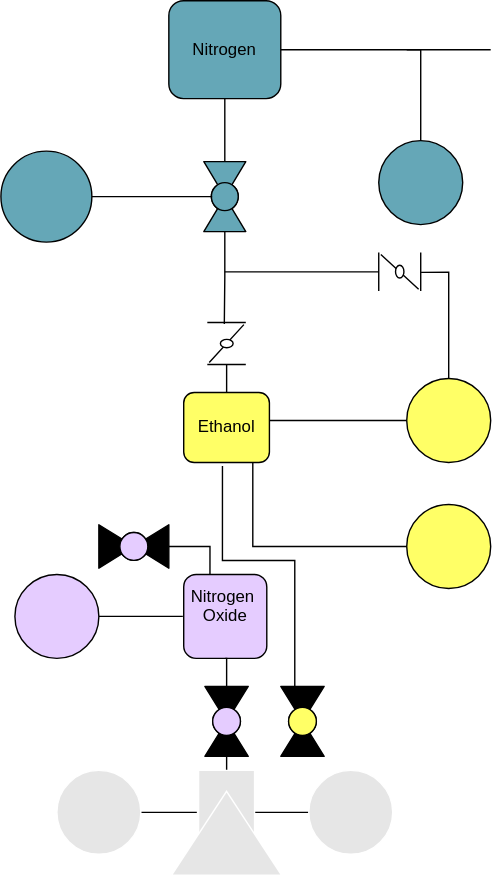
Earlier version of the draw.io export schm_graf.svg (VelizarZ/hypower_images). Source tidied: cells renumbered, new cells last; positions are measured from the earlier drawing's top-left corner, leaving out a move shared by most shapes. Source of this version:
```xml
<mxGraphModel>
  <root>
    <mxCell id="0" />
    <mxCell id="1" parent="0" />
    <mxCell id="2" style="ellipse;whiteSpace=wrap;html=1;fillColor=#65A7B7;" parent="1" vertex="1">
      <mxGeometry y="107.5" width="65" height="65" as="geometry" />
    </mxCell>
    <mxCell id="3" style="ellipse;whiteSpace=wrap;html=1;fillColor=#65A7B7;" parent="1" vertex="1">
      <mxGeometry x="270" y="100" width="60" height="60" as="geometry" />
    </mxCell>
    <mxCell id="4" style="edgeStyle=orthogonalEdgeStyle;rounded=0;jettySize=auto;html=1;endArrow=none;startFill=0;" parent="1" edge="1" source="6" target="7">
      <mxGeometry relative="1" as="geometry" />
    </mxCell>
    <mxCell id="5" style="edgeStyle=orthogonalEdgeStyle;rounded=0;jettySize=auto;html=1;endArrow=none;startFill=0;" parent="1" edge="1" source="6">
      <mxGeometry relative="1" as="geometry">
        <mxPoint x="350" y="35" as="targetPoint" />
      </mxGeometry>
    </mxCell>
    <mxCell id="6" value="Nitrogen" style="rounded=1;whiteSpace=wrap;html=1;fillColor=#65A7B7;" parent="1" vertex="1">
      <mxGeometry x="120" width="80" height="70" as="geometry" />
    </mxCell>
    <mxCell id="7" style="verticalLabelPosition=bottom;align=center;html=1;verticalAlign=top;dashed=0;shape=mxgraph.pid2valves.valve;valveType=ball;direction=south;fillColor=#65A7B7;" parent="1" vertex="1">
      <mxGeometry x="145" y="115" width="30" height="50" as="geometry" />
    </mxCell>
    <mxCell id="8" style="endArrow=none;html=1;rounded=0;exitX=1;exitY=0.5;exitDx=0;exitDy=0;entryX=0.5;entryY=0.8;entryDx=0;entryDy=0;entryPerimeter=0;" parent="1" edge="1" source="2" target="7">
      <mxGeometry relative="1" as="geometry" />
    </mxCell>
    <mxCell id="9" style="edgeStyle=orthogonalEdgeStyle;rounded=0;jettySize=auto;html=1;endArrow=none;startFill=0;exitX=0.5;exitY=0;exitDx=0;exitDy=0;" parent="1" edge="1" source="3">
      <mxGeometry relative="1" as="geometry">
        <mxPoint x="290" y="35" as="targetPoint" />
        <Array as="points">
          <mxPoint x="300" y="35" />
        </Array>
      </mxGeometry>
    </mxCell>
    <mxCell id="10" style="verticalLabelPosition=bottom;align=center;html=1;verticalAlign=top;dashed=0;shape=mxgraph.pid2valves.valve;valveType=butterfly;direction=south;" parent="1" vertex="1">
      <mxGeometry x="147.5" y="230" width="27.5" height="30" as="geometry" />
    </mxCell>
    <mxCell id="11" style="edgeStyle=orthogonalEdgeStyle;rounded=0;jettySize=auto;html=1;entryX=0.036;entryY=0.558;entryDx=0;entryDy=0;entryPerimeter=0;snapToPoint=1;endArrow=none;startFill=0;" parent="1" edge="1" source="7" target="10">
      <mxGeometry relative="1" as="geometry" />
    </mxCell>
    <mxCell id="12" style="edgeStyle=orthogonalEdgeStyle;rounded=0;jettySize=auto;html=1;endArrow=none;startFill=0;" parent="1" edge="1" source="13">
      <mxGeometry relative="1" as="geometry">
        <mxPoint x="160" y="193.7" as="targetPoint" />
      </mxGeometry>
    </mxCell>
    <mxCell id="13" style="verticalLabelPosition=bottom;align=center;html=1;verticalAlign=top;dashed=0;shape=mxgraph.pid2valves.valve;valveType=butterfly;direction=east;" parent="1" vertex="1">
      <mxGeometry x="270" y="180" width="30" height="27.5" as="geometry" />
    </mxCell>
    <mxCell id="14" style="edgeStyle=orthogonalEdgeStyle;rounded=0;jettySize=auto;html=1;snapToPoint=1;entryX=1.008;entryY=0.513;entryDx=0;entryDy=0;entryPerimeter=0;endArrow=none;startFill=0;" parent="1" edge="1" source="16" target="13">
      <mxGeometry relative="1" as="geometry" />
    </mxCell>
    <mxCell id="15" style="edgeStyle=orthogonalEdgeStyle;rounded=0;jettySize=auto;html=1;endArrow=none;startFill=0;" parent="1" edge="1" source="16" target="17">
      <mxGeometry relative="1" as="geometry">
        <Array as="points">
          <mxPoint x="220" y="300" />
          <mxPoint x="220" y="300" />
        </Array>
      </mxGeometry>
    </mxCell>
    <mxCell id="16" style="ellipse;whiteSpace=wrap;html=1;fillColor=#FFFF66;" parent="1" vertex="1">
      <mxGeometry x="290" y="270" width="60" height="60" as="geometry" />
    </mxCell>
    <mxCell id="17" value="Ethanol" style="rounded=1;whiteSpace=wrap;html=1;fillColor=#FFFF66;" parent="1" vertex="1">
      <mxGeometry x="130.6" y="280" width="61.2" height="50" as="geometry" />
    </mxCell>
    <mxCell id="18" style="edgeStyle=orthogonalEdgeStyle;rounded=0;jettySize=auto;html=1;entryX=1.017;entryY=0.485;entryDx=0;entryDy=0;entryPerimeter=0;endArrow=none;startFill=0;" parent="1" edge="1" source="17" target="10">
      <mxGeometry relative="1" as="geometry" />
    </mxCell>
    <mxCell id="19" style="ellipse;whiteSpace=wrap;html=1;fillColor=#FFFF66;" parent="1" vertex="1">
      <mxGeometry x="290" y="360" width="60" height="60" as="geometry" />
    </mxCell>
    <mxCell id="20" style="edgeStyle=orthogonalEdgeStyle;rounded=0;jettySize=auto;html=1;entryX=0.806;entryY=1;entryDx=0;entryDy=0;entryPerimeter=0;endArrow=none;startFill=0;" parent="1" edge="1" source="19" target="17">
      <mxGeometry relative="1" as="geometry" />
    </mxCell>
    <mxCell id="21" value="Nitrogen&amp;nbsp; Oxide&lt;div&gt;&lt;br&gt;&lt;/div&gt;" style="rounded=1;whiteSpace=wrap;html=1;fillColor=#E5CCFF;" parent="1" vertex="1">
      <mxGeometry x="130.6" y="410" width="59.4" height="60" as="geometry" />
    </mxCell>
    <mxCell id="22" style="verticalLabelPosition=bottom;align=center;html=1;verticalAlign=top;dashed=0;shape=mxgraph.pid2valves.valve;valveType=ball;defState=closed;direction=north;fillColor=#FFFF66;" parent="1" vertex="1">
      <mxGeometry x="200" y="490" width="31" height="50" as="geometry" />
    </mxCell>
    <mxCell id="23" style="edgeStyle=orthogonalEdgeStyle;rounded=0;jettySize=auto;html=1;entryX=0.452;entryY=1.051;entryDx=0;entryDy=0;entryPerimeter=0;exitX=1;exitY=0.323;exitDx=0;exitDy=0;exitPerimeter=0;endArrow=none;startFill=0;" parent="1" edge="1" source="22" target="17">
      <mxGeometry relative="1" as="geometry">
        <Array as="points">
          <mxPoint x="210" y="400" />
          <mxPoint x="158" y="400" />
        </Array>
      </mxGeometry>
    </mxCell>
    <mxCell id="24" style="verticalLabelPosition=bottom;align=center;html=1;verticalAlign=top;dashed=0;shape=mxgraph.pid2valves.valve;valveType=ball;defState=closed;direction=east;fillColor=#E5CCFF;" parent="1" vertex="1">
      <mxGeometry x="70" y="374.5" width="50" height="31" as="geometry" />
    </mxCell>
    <mxCell id="25" style="edgeStyle=orthogonalEdgeStyle;rounded=0;jettySize=auto;html=1;entryX=0.316;entryY=0;entryDx=0;entryDy=0;entryPerimeter=0;endArrow=none;startFill=0;" parent="1" edge="1" source="24" target="21">
      <mxGeometry relative="1" as="geometry" />
    </mxCell>
    <mxCell id="26" style="edgeStyle=orthogonalEdgeStyle;rounded=0;jettySize=auto;html=1;endArrow=none;startFill=0;" parent="1" edge="1" source="27">
      <mxGeometry relative="1" as="geometry">
        <mxPoint x="130" y="440" as="targetPoint" />
      </mxGeometry>
    </mxCell>
    <mxCell id="27" style="ellipse;whiteSpace=wrap;html=1;fillColor=#E5CCFF;" parent="1" vertex="1">
      <mxGeometry x="10" y="410" width="60" height="60" as="geometry" />
    </mxCell>
    <mxCell id="28" style="edgeStyle=orthogonalEdgeStyle;rounded=0;jettySize=auto;html=1;endArrow=none;startFill=0;" parent="1" edge="1" source="30" target="21">
      <mxGeometry relative="1" as="geometry" />
    </mxCell>
    <mxCell id="29" style="edgeStyle=orthogonalEdgeStyle;rounded=0;jettySize=auto;html=1;" parent="1" edge="1" source="30">
      <mxGeometry relative="1" as="geometry">
        <mxPoint x="161.2" y="615" as="targetPoint" />
      </mxGeometry>
    </mxCell>
    <mxCell id="30" style="verticalLabelPosition=bottom;align=center;html=1;verticalAlign=top;dashed=0;shape=mxgraph.pid2valves.valve;valveType=ball;defState=closed;direction=north;fillColor=#E5CCFF;" parent="1" vertex="1">
      <mxGeometry x="145.8" y="490" width="31" height="50" as="geometry" />
    </mxCell>
    <mxCell id="31" style="edgeStyle=orthogonalEdgeStyle;rounded=0;jettySize=auto;html=1;snapToPoint=1;endArrow=none;startFill=0;" parent="1" edge="1" source="32">
      <mxGeometry relative="1" as="geometry">
        <mxPoint x="180" y="580" as="targetPoint" />
      </mxGeometry>
    </mxCell>
    <mxCell id="32" style="ellipse;whiteSpace=wrap;html=1;fillColor=#E6E6E6;strokeColor=#FFFFFF;" parent="1" vertex="1">
      <mxGeometry x="220" y="550" width="60" height="60" as="geometry" />
    </mxCell>
    <mxCell id="33" style="shape=mxgraph.pid.driers.drier;html=1;align=center;verticalLabelPosition=bottom;verticalAlign=top;dashed=0;direction=west;fillColor=#E6E6E6;strokeColor=#FFFFFF;" parent="1" vertex="1">
      <mxGeometry x="141.3" y="550" width="40" height="60" as="geometry" />
    </mxCell>
    <mxCell id="34" style="triangle;whiteSpace=wrap;html=1;direction=north;fillColor=#E6E6E6;strokeColor=#FFFFFF;" parent="1" vertex="1">
      <mxGeometry x="121.9" y="565" width="78.7" height="60" as="geometry" />
    </mxCell>
    <mxCell id="35" style="edgeStyle=orthogonalEdgeStyle;rounded=0;jettySize=auto;html=1;endArrow=none;startFill=0;" parent="1" edge="1" source="36">
      <mxGeometry relative="1" as="geometry">
        <mxPoint x="140" y="580" as="targetPoint" />
      </mxGeometry>
    </mxCell>
    <mxCell id="36" style="ellipse;whiteSpace=wrap;html=1;fillColor=#E6E6E6;strokeColor=#FFFFFF;" parent="1" vertex="1">
      <mxGeometry x="40" y="550" width="60" height="60" as="geometry" />
    </mxCell>
  </root>
</mxGraphModel>
```
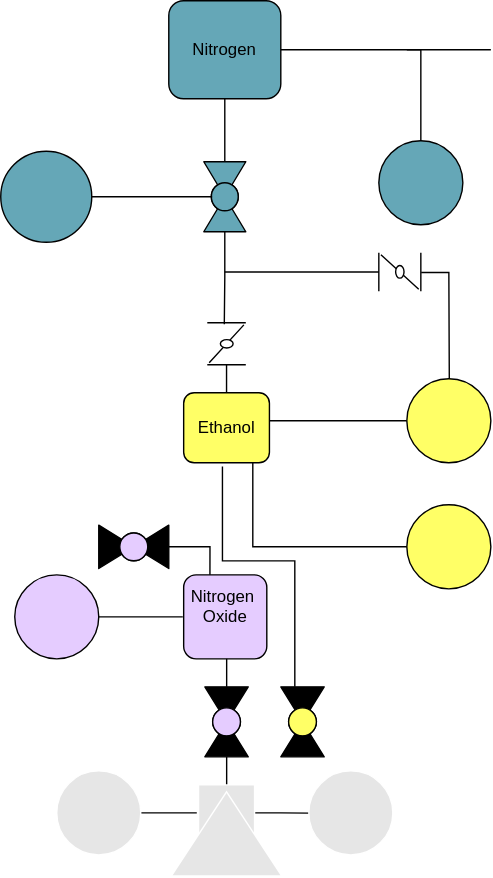
The same diagram one commit later.

Change to the diagram source:
```diff
@@ -1,4 +1,4 @@
-<mxGraphModel>
+<mxGraphModel background="#FFFFFF">
   <root>
     <mxCell id="0" />
     <mxCell id="1" parent="0" />
@@ -121,7 +121,7 @@
       <mxGeometry x="220" y="550" width="60" height="60" as="geometry" />
     </mxCell>
     <mxCell id="33" style="shape=mxgraph.pid.driers.drier;html=1;align=center;verticalLabelPosition=bottom;verticalAlign=top;dashed=0;direction=west;fillColor=#E6E6E6;strokeColor=#FFFFFF;" parent="1" vertex="1">
-      <mxGeometry x="141.3" y="550" width="40" height="60" as="geometry" />
+      <mxGeometry x="141.3" y="560" width="40" height="60" as="geometry" />
     </mxCell>
     <mxCell id="34" style="triangle;whiteSpace=wrap;html=1;direction=north;fillColor=#E6E6E6;strokeColor=#FFFFFF;" parent="1" vertex="1">
       <mxGeometry x="121.9" y="565" width="78.7" height="60" as="geometry" />
```
